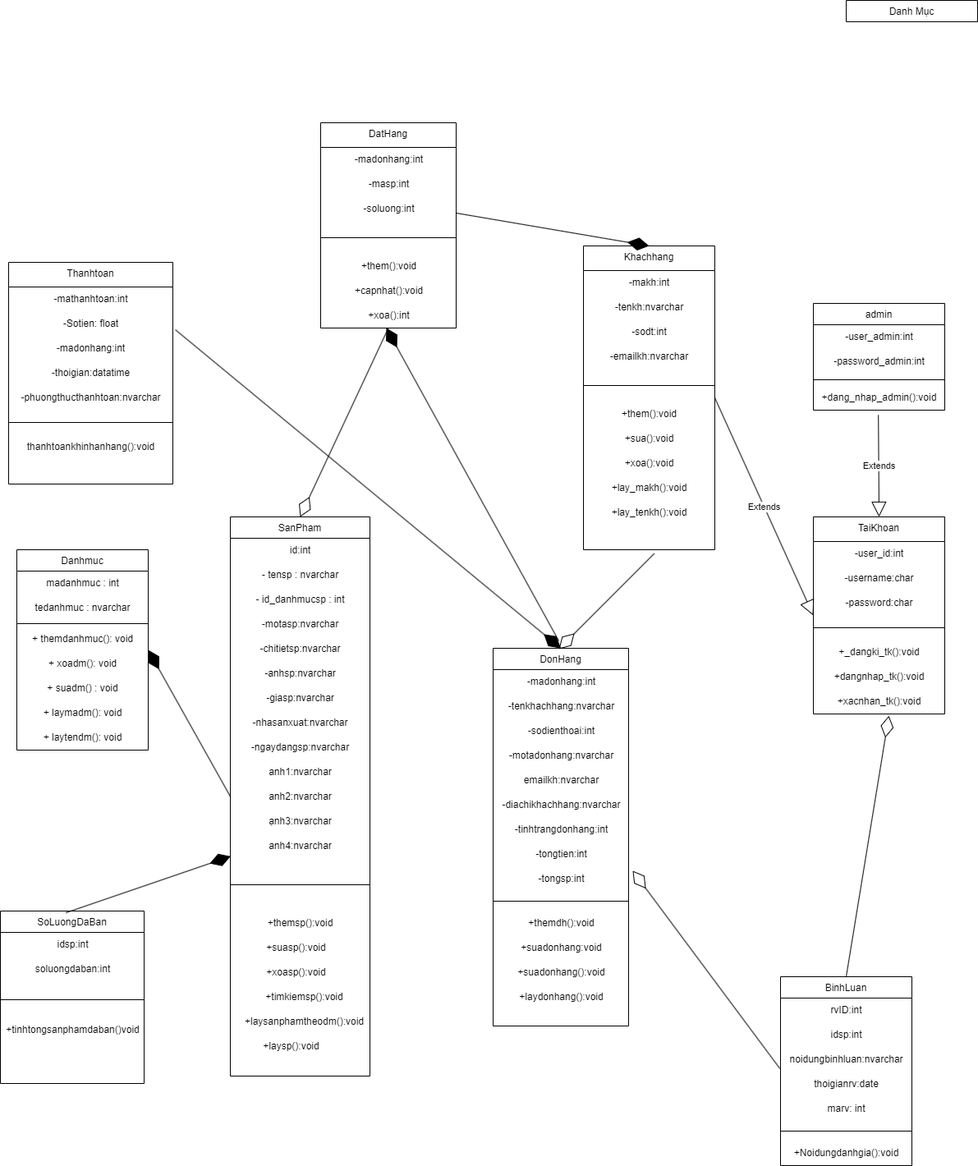
Earlier version of the draw.io export vẽ class diagram cho web bán hàng.drawio.png (TTHTech/Diagram). Source tidied: cells renumbered, new cells last; positions are measured from the earlier drawing's top-left corner, leaving out a move shared by most shapes.
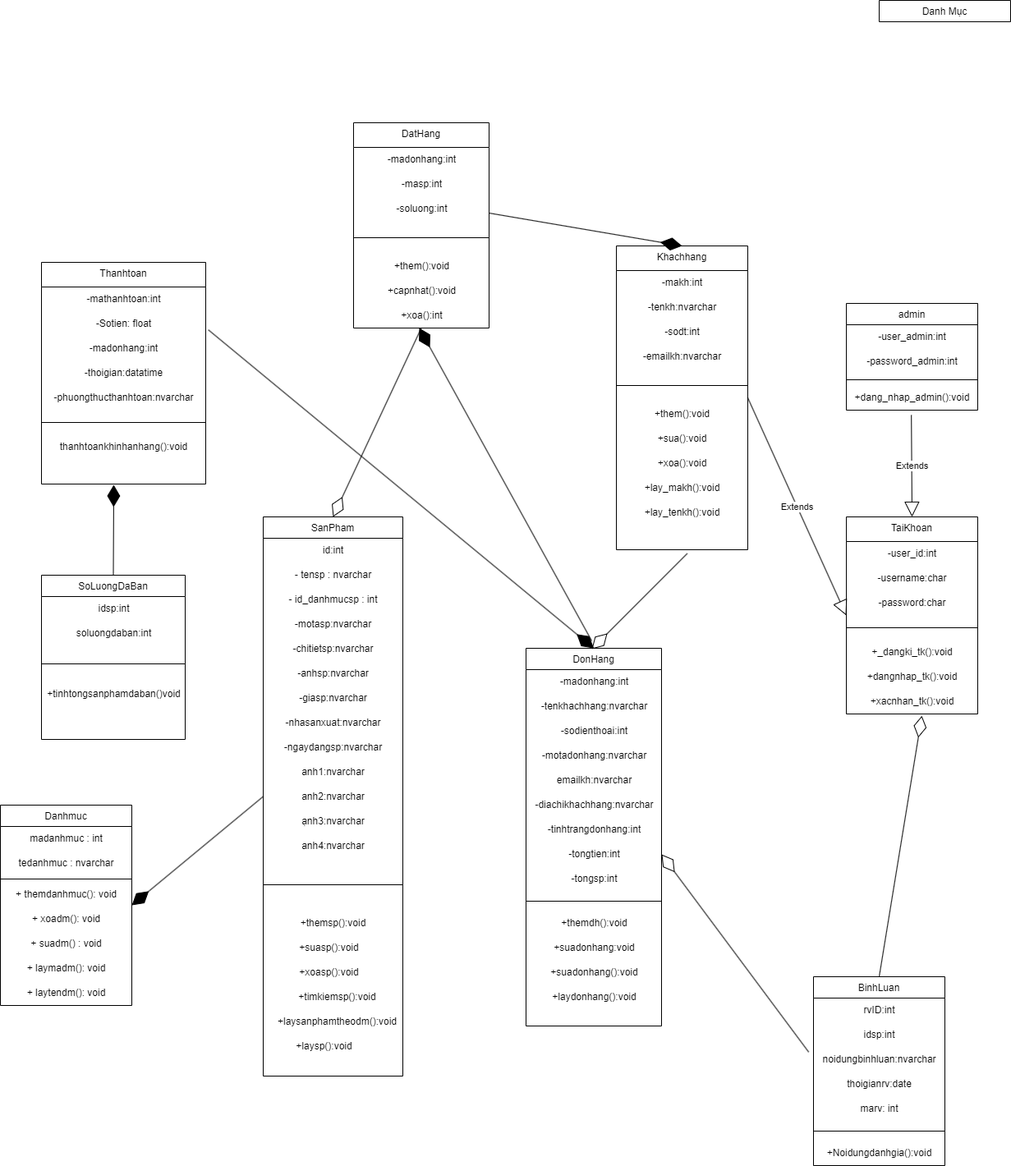
Above is the later version.

Commit message:
Cập nhật vẽ class diagram cho web bán hàng.drawio.png

Diff of the diagram source:
```diff
@@ -3,7 +3,7 @@
     <mxCell id="0" />
     <mxCell id="1" parent="0" />
     <mxCell id="2" value="Danhmuc" style="swimlane;fontStyle=0;align=center;verticalAlign=top;horizontal=1;startSize=26;rounded=0;shadow=0;strokeWidth=1;" parent="1" vertex="1">
-      <mxGeometry x="20" y="669" width="160" height="244" as="geometry" />
+      <mxGeometry x="-40" y="980" width="160" height="244" as="geometry" />
     </mxCell>
     <mxCell id="3" value="madanhmuc : int" style="text;html=1;align=center;verticalAlign=middle;strokeColor=none;fillColor=none;" parent="2" vertex="1">
       <mxGeometry y="26" width="160" height="30" as="geometry" />
@@ -230,7 +230,7 @@
       </mxGeometry>
     </mxCell>
     <mxCell id="75" value="SoLuongDaBan" style="swimlane;fontStyle=0;align=center;verticalAlign=top;horizontal=1;startSize=26;rounded=0;shadow=0;strokeWidth=1;" parent="1" vertex="1">
-      <mxGeometry y="1109" width="175" height="210" as="geometry" />
+      <mxGeometry x="10" y="700" width="175" height="200" as="geometry" />
     </mxCell>
     <mxCell id="76" value="idsp:int" style="text;html=1;align=center;verticalAlign=middle;strokeColor=none;fillColor=none;" parent="75" vertex="1">
       <mxGeometry y="26" width="175" height="30" as="geometry" />
@@ -244,8 +244,10 @@
     <mxCell id="79" value="+tinhtongsanphamdaban()void" style="text;html=1;align=center;verticalAlign=middle;strokeColor=none;fillColor=none;" parent="75" vertex="1">
       <mxGeometry y="130" width="175" height="30" as="geometry" />
     </mxCell>
-    <mxCell id="80" style="endArrow=diamondThin;endFill=1;endSize=24;html=1;rounded=0;exitX=0.455;exitY=0.01;exitDx=0;exitDy=0;exitPerimeter=0;entryX=0.002;entryY=0.913;entryDx=0;entryDy=0;entryPerimeter=0;" parent="1" edge="1" source="75" target="94">
-      <mxGeometry relative="1" as="geometry" />
+    <mxCell id="80" style="endArrow=diamondThin;endFill=1;endSize=24;html=1;rounded=0;exitX=0.5;exitY=0;exitDx=0;exitDy=0;" parent="1" edge="1" source="75">
+      <mxGeometry relative="1" as="geometry">
+        <mxPoint x="98" y="590" as="targetPoint" />
+      </mxGeometry>
     </mxCell>
     <mxCell id="81" value="SanPham" style="swimlane;fontStyle=0;align=center;verticalAlign=top;horizontal=1;startSize=26;rounded=0;shadow=0;strokeWidth=1;" parent="1" vertex="1">
       <mxGeometry x="280" y="629" width="170" height="681" as="geometry" />
@@ -340,9 +342,10 @@
     <mxCell id="111" value="+Noidungdanhgia():void" style="text;html=1;align=center;verticalAlign=middle;strokeColor=none;fillColor=none;" parent="104" vertex="1">
       <mxGeometry y="200" width="160" height="30" as="geometry" />
     </mxCell>
-    <mxCell id="112" style="endArrow=diamondThin;endFill=0;endSize=24;html=1;rounded=0;exitX=-0.005;exitY=0.86;exitDx=0;exitDy=0;exitPerimeter=0;" parent="1" edge="1" source="107">
+    <mxCell id="112" style="endArrow=diamondThin;endFill=0;endSize=24;html=1;rounded=0;exitX=-0.005;exitY=0.86;exitDx=0;exitDy=0;exitPerimeter=0;" parent="1" edge="1">
       <mxGeometry relative="1" as="geometry">
-        <mxPoint x="770" y="1060" as="targetPoint" />
+        <mxPoint x="944.2" y="1280.8" as="sourcePoint" />
+        <mxPoint x="765" y="1040" as="targetPoint" />
       </mxGeometry>
     </mxCell>
     <mxCell id="113" style="endArrow=diamondThin;endFill=0;endSize=24;html=1;rounded=0;exitX=0.5;exitY=0;exitDx=0;exitDy=0;entryX=0.575;entryY=1.073;entryDx=0;entryDy=0;entryPerimeter=0;" parent="1" edge="1" source="104" target="41">
```
